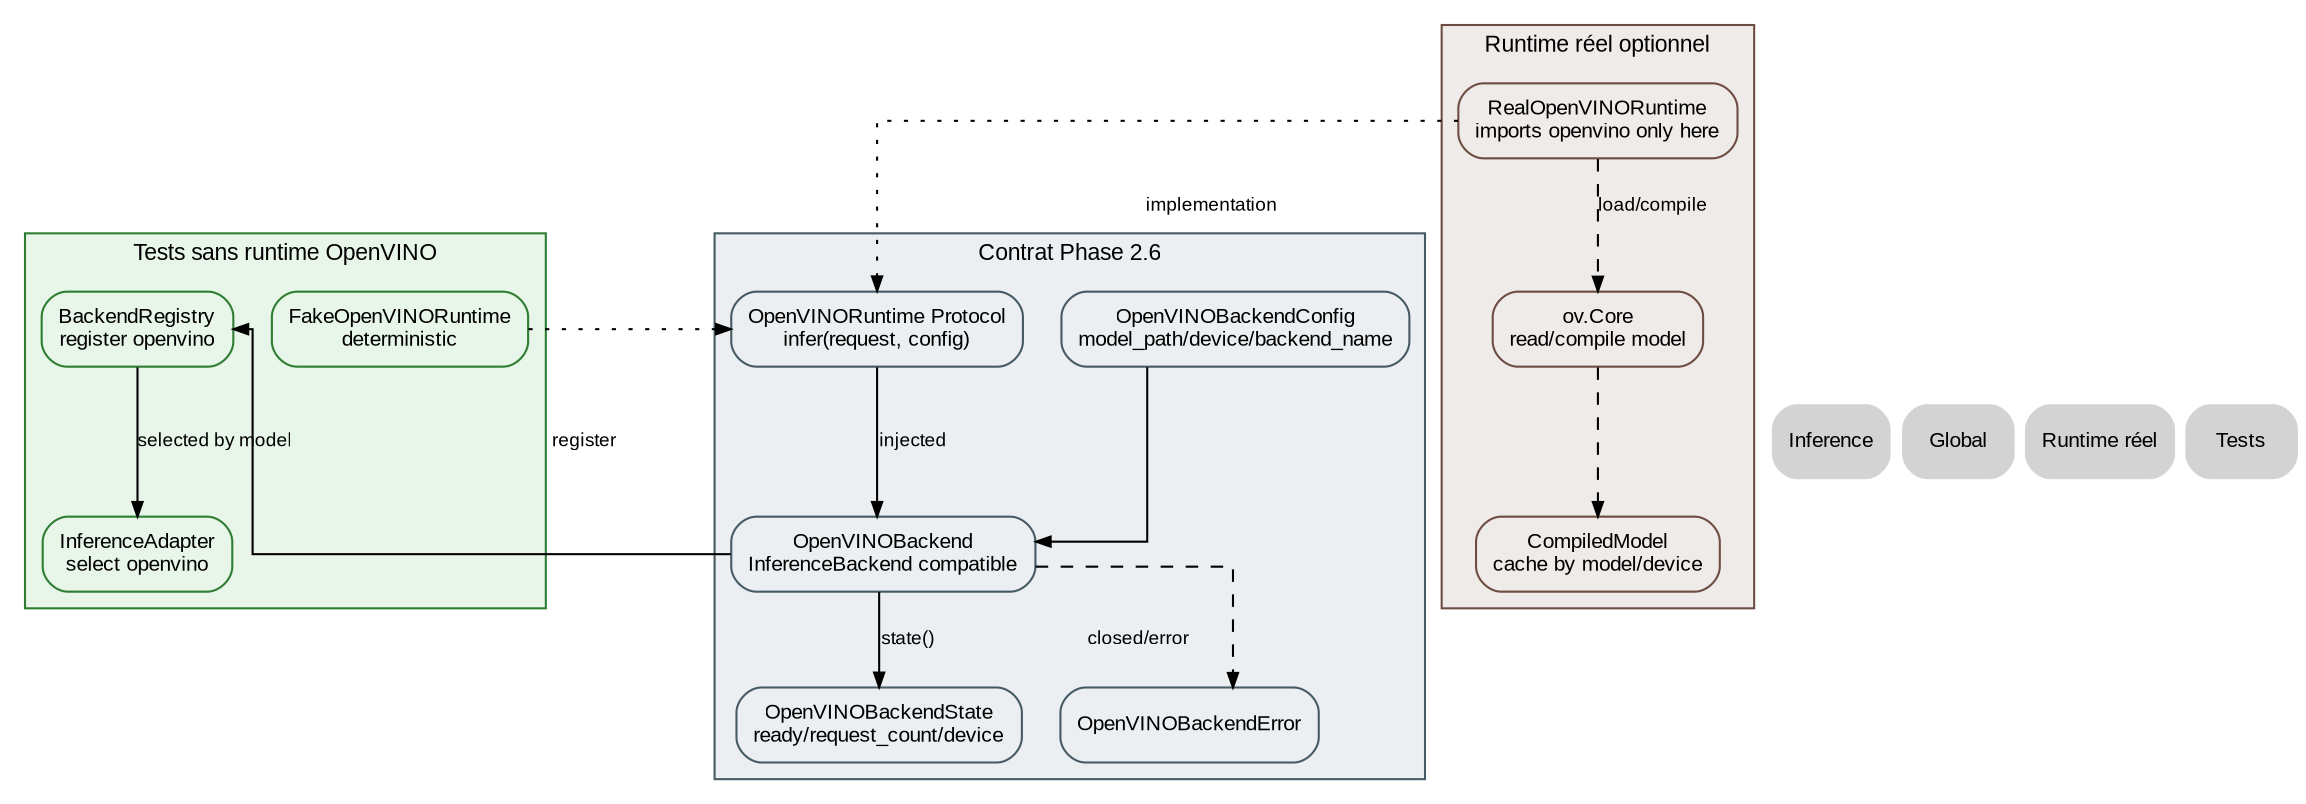
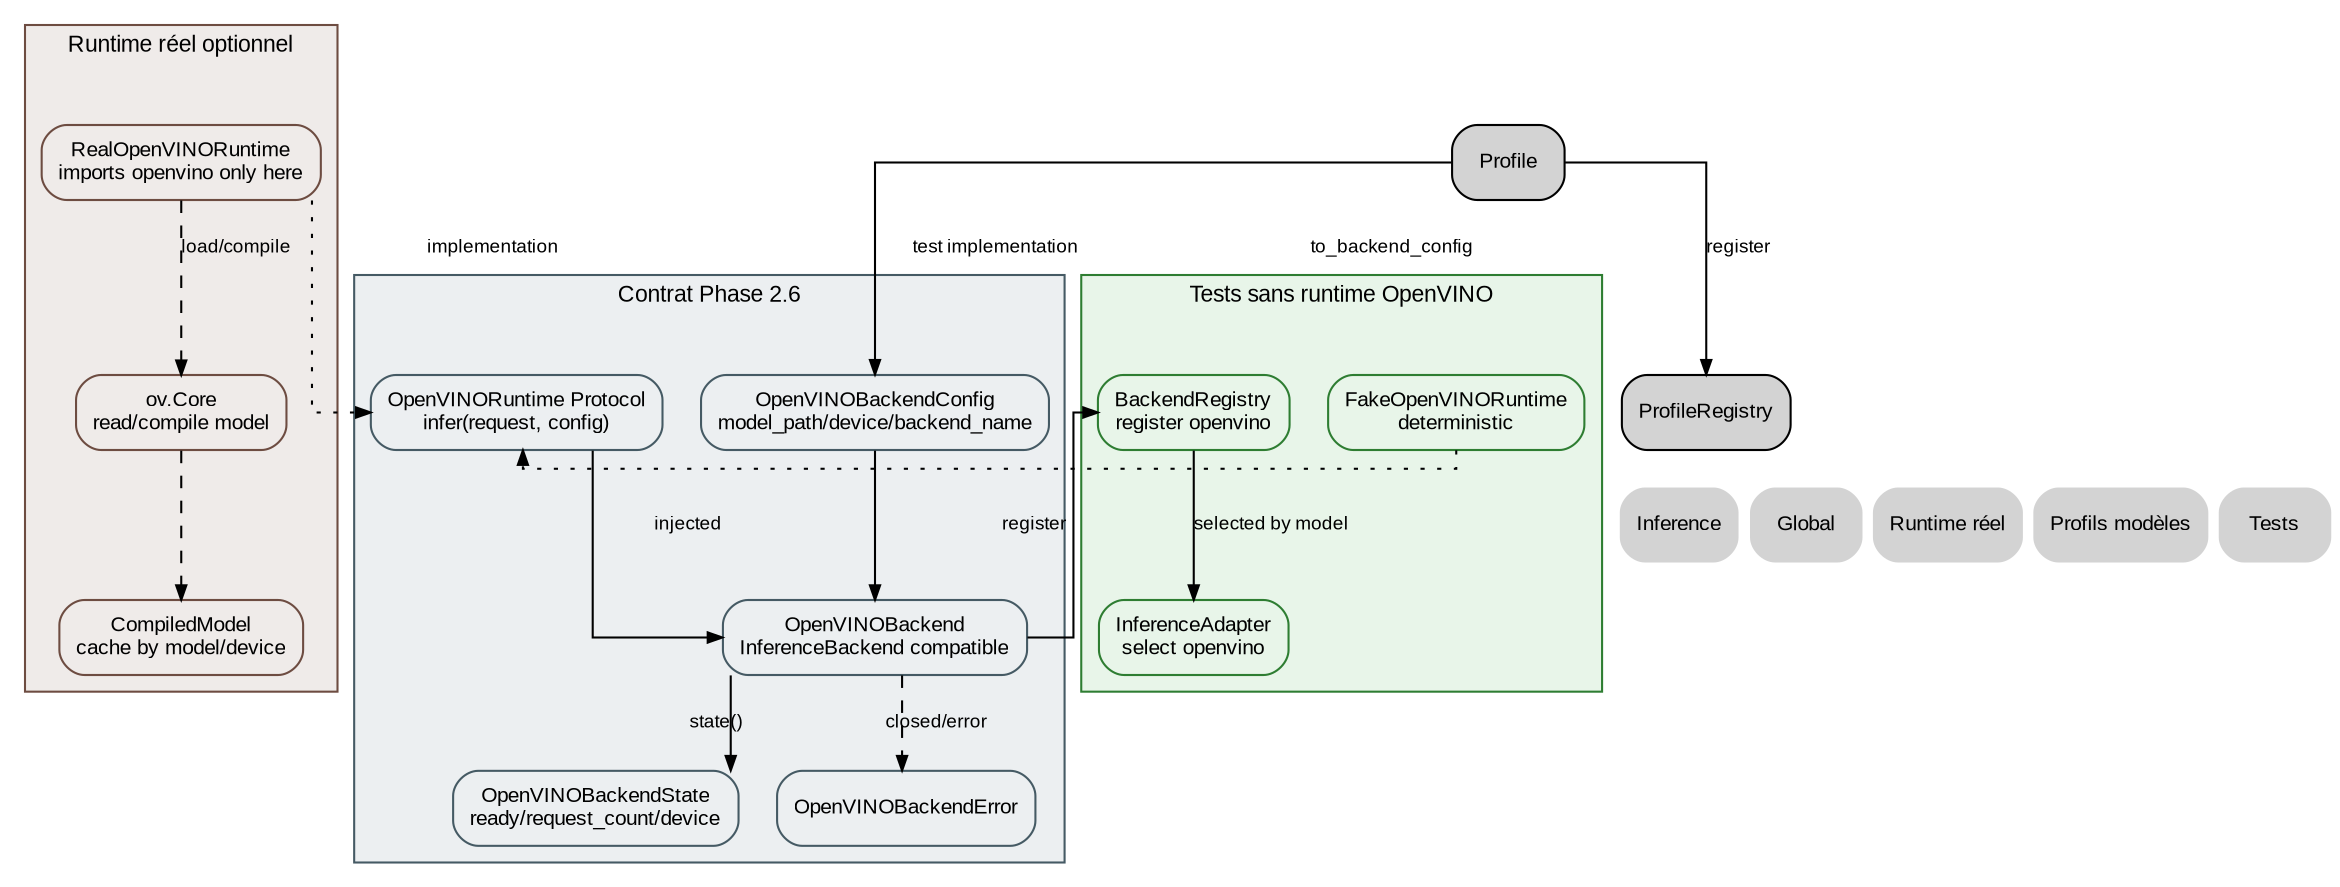
digraph OpenVINOBackend {
    // ROADMAP_ID: inference.openvino_backend
    // ROADMAP_PARENT: inference/40_inference.dot
    // ROADMAP_NOTE[phase2_9]:
    // Cette page décrit la membrane OpenVINOBackend après ajout d'un runtime
    // réel optionnel. OpenVINOBackend ne dépend toujours pas directement du
    // paquet openvino : seul RealOpenVINORuntime l'importe.
+ 
+     // ROADMAP_NOTE[phase3_0]:
+     // OpenVINOBackend peut maintenant recevoir une config produite par un
+     // OpenVINOModelProfile, ce qui permet plusieurs modèles sans changer le
+     // Scheduler ni BackendRegistry.

    rankdir=TB;
    splines=ortho;

    graph [fontname="Arial", fontsize=11];
    node [shape=box, style="rounded,filled", fontname="Arial", fontsize=10];
    edge [fontname="Arial", fontsize=9, arrowsize=0.7];

    subgraph cluster_contract {
        label="Contrat Phase 2.6";
        color="#455a64";
        bgcolor="#eceff1";
        node [fillcolor="#eceff1", color="#455a64"];

        Config [label="OpenVINOBackendConfig\nmodel_path/device/backend_name"];
        Runtime [label="OpenVINORuntime Protocol\ninfer(request, config)"];
        Backend [label="OpenVINOBackend\nInferenceBackend compatible"];
        State [label="OpenVINOBackendState\nready/request_count/device"];
        Error [label="OpenVINOBackendError"];
    }

    subgraph cluster_test {
        label="Tests sans runtime OpenVINO";
        color="#2e7d32";
        bgcolor="#e8f5e9";
        node [fillcolor="#e8f5e9", color="#2e7d32"];

        FakeRuntime [label="FakeOpenVINORuntime\ndeterministic"];
        Registry [label="BackendRegistry\nregister openvino"];
        Adapter [label="InferenceAdapter\nselect openvino"];
    }

    subgraph cluster_future {
        label="Runtime réel optionnel";
        color="#6d4c41";
        bgcolor="#efebe9";
        node [fillcolor="#efebe9", color="#6d4c41"];

        RealRuntime [label="RealOpenVINORuntime\nimports openvino only here", URL="42_openvino_runtime.svg"];
        Core [label="ov.Core\nread/compile model"];
        CompiledModel [label="CompiledModel\ncache by model/device"];
    }

    Config -> Backend;
    Runtime -> Backend [label="injected"];
    Backend -> State [label="state()"];
    Backend -> Error [style=dashed, label="closed/error"];

    FakeRuntime -> Runtime [style=dotted, label="test implementation"];
    Backend -> Registry [label="register"];
    Registry -> Adapter [label="selected by model"];

    RealRuntime -> Runtime [style=dotted, label="implementation"];
    RealRuntime -> Core [style=dashed, label="load/compile"];
+     Profile -> Config [label="to_backend_config"];
+     Profile -> ProfileRegistry [label="register"];
    Core -> CompiledModel [style=dashed];

    Nav_Inference [label="Inference", shape=plaintext, URL="40_inference.svg"];
    Nav_Global [label="Global", shape=plaintext, URL="../00_global.svg"];
    Nav_Runtime [label="Runtime réel", shape=plaintext, URL="42_openvino_runtime.svg"];
+     Nav_Profiles [label="Profils modèles", shape=plaintext, URL="43_openvino_profiles.svg"];
    Nav_Tests [label="Tests", shape=plaintext, URL="../tests/80_tests.svg"];

-     { rank=sink; Nav_Inference; Nav_Runtime; Nav_Global; Nav_Tests; }
+     { rank=sink; Nav_Inference; Nav_Runtime; Nav_Profiles; Nav_Global; Nav_Tests; }
}
